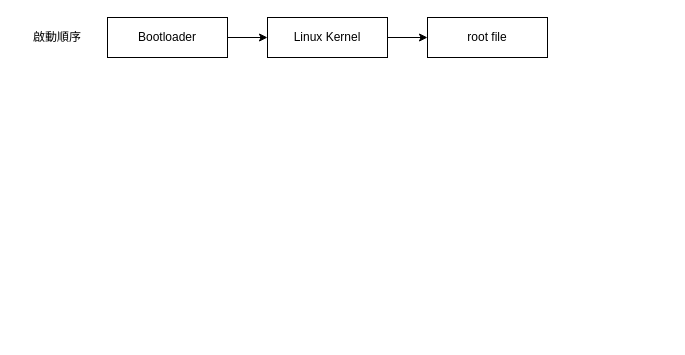
Earlier version of the draw.io diagram page "Linux system include" (2 of 5) of Side_Project/OS_Kernel_Develop/OS_Kernel.drawio (YBJin0902/My_Source). Source tidied: cells renumbered, new cells numbered last; positions are measured from the earlier drawing's top-left corner, leaving out a move shared by most shapes. Both pictures are drawn from the tidied source at 100%, with x=0, y=0 at pixel (17, 17).
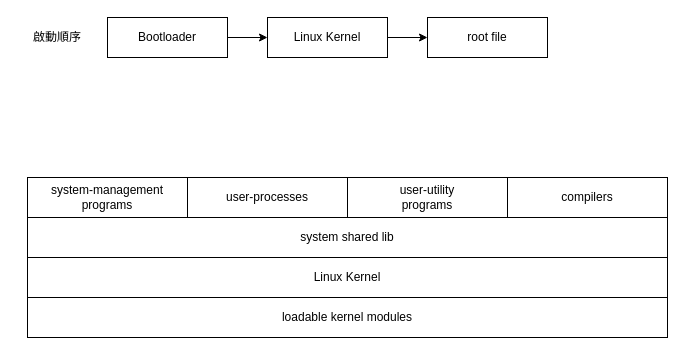
The same diagram, later.

The edit, as a diff of the source:
```diff
@@
 <mxGraphModel>
   <root>
     <mxCell id="0" />
     <mxCell id="1" parent="0" />
     <mxCell id="2" style="edgeStyle=orthogonalEdgeStyle;rounded=0;jettySize=auto;html=1;" parent="1" edge="1" source="3" target="5">
       <mxGeometry relative="1" as="geometry" />
     </mxCell>
     <mxCell id="3" value="Bootloader" style="rounded=0;whiteSpace=wrap;html=1;" parent="1" vertex="1">
       <mxGeometry x="90" width="120" height="40" as="geometry" />
     </mxCell>
     <mxCell id="4" style="edgeStyle=orthogonalEdgeStyle;rounded=0;jettySize=auto;html=1;" parent="1" edge="1" source="5" target="6">
       <mxGeometry relative="1" as="geometry" />
     </mxCell>
     <mxCell id="5" value="Linux Kernel" style="rounded=0;whiteSpace=wrap;html=1;" parent="1" vertex="1">
       <mxGeometry x="250" width="120" height="40" as="geometry" />
     </mxCell>
     <mxCell id="6" value="root file" style="rounded=0;whiteSpace=wrap;html=1;" parent="1" vertex="1">
       <mxGeometry x="410" width="120" height="40" as="geometry" />
     </mxCell>
     <mxCell id="7" value="啟動順序" style="text;html=1;align=center;verticalAlign=middle;whiteSpace=wrap;rounded=0;" parent="1" vertex="1">
       <mxGeometry y="5" width="80" height="30" as="geometry" />
     </mxCell>
+    <mxCell id="8" value="system-management&lt;div&gt;programs&lt;/div&gt;" style="rounded=0;whiteSpace=wrap;html=1;" parent="1" vertex="1">
+      <mxGeometry x="10" y="160" width="160" height="40" as="geometry" />
+    </mxCell>
+    <mxCell id="9" value="user-processes" style="rounded=0;whiteSpace=wrap;html=1;" parent="1" vertex="1">
+      <mxGeometry x="170" y="160" width="160" height="40" as="geometry" />
+    </mxCell>
+    <mxCell id="10" value="user-utility&lt;div&gt;programs&lt;/div&gt;" style="rounded=0;whiteSpace=wrap;html=1;" parent="1" vertex="1">
+      <mxGeometry x="330" y="160" width="160" height="40" as="geometry" />
+    </mxCell>
+    <mxCell id="11" value="compilers" style="rounded=0;whiteSpace=wrap;html=1;" parent="1" vertex="1">
+      <mxGeometry x="490" y="160" width="160" height="40" as="geometry" />
+    </mxCell>
+    <mxCell id="12" value="system shared lib" style="rounded=0;whiteSpace=wrap;html=1;" parent="1" vertex="1">
+      <mxGeometry x="10" y="200" width="640" height="40" as="geometry" />
+    </mxCell>
+    <mxCell id="13" value="Linux Kernel" style="rounded=0;whiteSpace=wrap;html=1;" parent="1" vertex="1">
+      <mxGeometry x="10" y="240" width="640" height="40" as="geometry" />
+    </mxCell>
+    <mxCell id="14" value="loadable kernel modules" style="rounded=0;whiteSpace=wrap;html=1;" parent="1" vertex="1">
+      <mxGeometry x="10" y="280" width="640" height="40" as="geometry" />
+    </mxCell>
   </root>
 </mxGraphModel>
```
